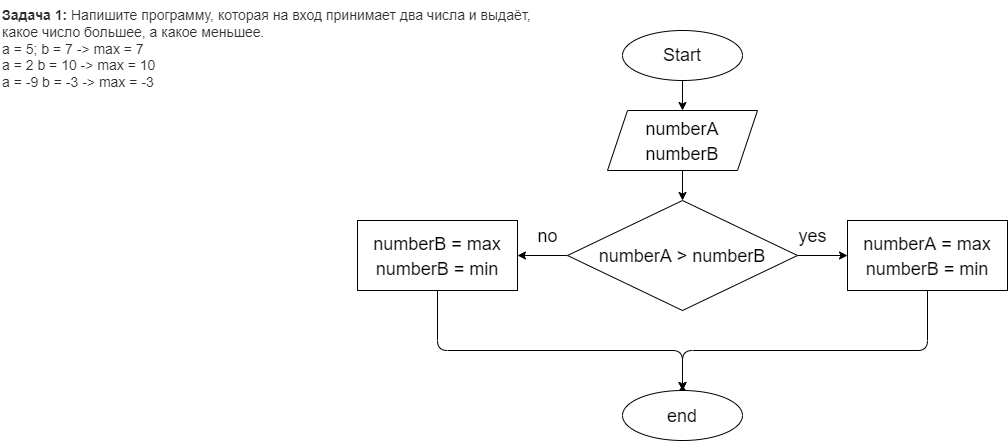
Before: Task_1/diagrams.drawio.png, a diagram exported from draw.io (LiudmilaKozenkova/CSharp_Homework_Seminar1). Source tidied: cells renumbered, new cells last; positions are measured from the earlier drawing's top-left corner, leaving out a move shared by most shapes.
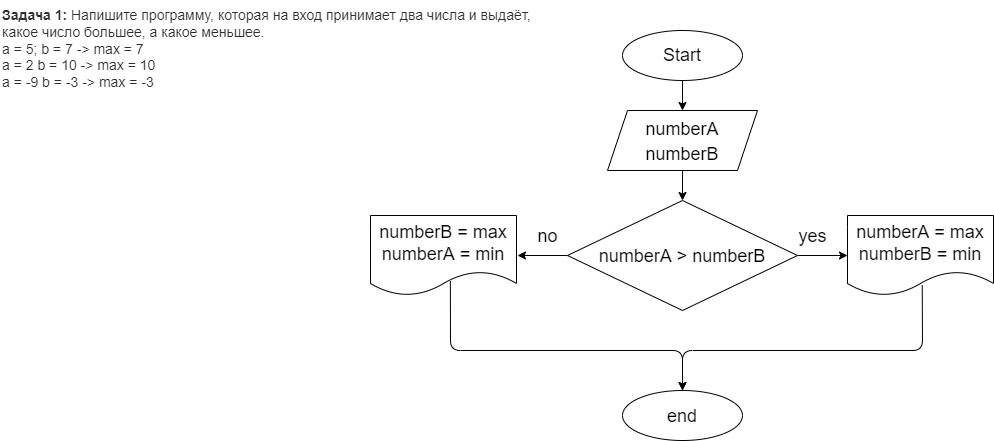
After the change.

Change to the diagram source:
```diff
@@ -14,44 +14,39 @@
     <mxCell id="5" value="&lt;font style=&quot;font-size: 18px&quot;&gt;numberA&lt;br&gt;numberB&lt;/font&gt;" style="shape=parallelogram;perimeter=parallelogramPerimeter;whiteSpace=wrap;html=1;fixedSize=1;fontSize=20;" parent="1" vertex="1">
       <mxGeometry x="607" y="110" width="150" height="60" as="geometry" />
     </mxCell>
-    <mxCell id="6" style="edgeStyle=none;html=1;fontSize=20;" parent="1" edge="1" source="8" target="9">
-      <mxGeometry relative="1" as="geometry" />
+    <mxCell id="6" style="edgeStyle=none;html=1;fontSize=20;" parent="1" edge="1" source="8">
+      <mxGeometry relative="1" as="geometry">
+        <mxPoint x="847" y="255" as="targetPoint" />
+      </mxGeometry>
     </mxCell>
-    <mxCell id="7" style="edgeStyle=none;html=1;fontSize=20;" parent="1" edge="1" source="8" target="11">
-      <mxGeometry relative="1" as="geometry" />
+    <mxCell id="7" style="edgeStyle=none;html=1;fontSize=20;" parent="1" edge="1" source="8">
+      <mxGeometry relative="1" as="geometry">
+        <mxPoint x="517" y="255" as="targetPoint" />
+      </mxGeometry>
     </mxCell>
     <mxCell id="8" value="&lt;font style=&quot;font-size: 18px&quot;&gt;numberA &amp;gt; numberB&lt;/font&gt;" style="rhombus;whiteSpace=wrap;html=1;fontSize=20;" parent="1" vertex="1">
       <mxGeometry x="567" y="200" width="230" height="110" as="geometry" />
     </mxCell>
-    <mxCell id="9" value="&lt;font style=&quot;font-size: 18px&quot;&gt;numberA = max&lt;br&gt;numberB = min&lt;/font&gt;" style="whiteSpace=wrap;html=1;fontSize=20;" parent="1" vertex="1">
-      <mxGeometry x="847" y="220" width="160" height="70" as="geometry" />
-    </mxCell>
-    <mxCell id="10" style="edgeStyle=none;html=1;fontSize=18;" parent="1" edge="1" source="11">
+    <mxCell id="10" style="edgeStyle=none;html=1;fontSize=18;exitX=0.547;exitY=0.82;exitDx=0;exitDy=0;exitPerimeter=0;" parent="1" edge="1" source="18">
       <mxGeometry relative="1" as="geometry">
         <mxPoint x="682" y="390" as="targetPoint" />
         <Array as="points">
-          <mxPoint x="437" y="350" />
+          <mxPoint x="450" y="350" />
           <mxPoint x="682" y="350" />
         </Array>
       </mxGeometry>
     </mxCell>
-    <mxCell id="11" value="&lt;font style=&quot;font-size: 18px&quot;&gt;numberB = max&lt;br&gt;numberB = min&lt;/font&gt;" style="whiteSpace=wrap;html=1;fontSize=20;" parent="1" vertex="1">
-      <mxGeometry x="357" y="220" width="160" height="70" as="geometry" />
-    </mxCell>
     <mxCell id="12" value="&lt;font style=&quot;font-size: 18px&quot;&gt;yes&lt;/font&gt;" style="text;html=1;align=center;verticalAlign=middle;strokeColor=none;fillColor=none;fontSize=20;" parent="1" vertex="1">
       <mxGeometry x="792" y="220" width="40" height="30" as="geometry" />
     </mxCell>
     <mxCell id="13" value="&lt;font style=&quot;font-size: 18px&quot;&gt;no&lt;/font&gt;" style="text;html=1;align=center;verticalAlign=middle;strokeColor=none;fillColor=none;fontSize=20;" parent="1" vertex="1">
       <mxGeometry x="527" y="220" width="40" height="30" as="geometry" />
     </mxCell>
-    <mxCell id="14" style="shape=waypoint;sketch=0;size=6;fillColor=default;perimeter=centerPerimeter;fontSize=20;" parent="1" vertex="1">
-      <mxGeometry x="662" y="370" width="40" height="40" as="geometry" />
-    </mxCell>
-    <mxCell id="15" style="endArrow=classic;html=1;fontSize=18;exitX=0.5;exitY=1;exitDx=0;exitDy=0;entryX=0.46;entryY=0.465;entryDx=0;entryDy=0;entryPerimeter=0;" parent="1" edge="1" source="9">
+    <mxCell id="15" style="endArrow=classic;html=1;fontSize=18;exitX=0.512;exitY=0.87;exitDx=0;exitDy=0;entryX=0.46;entryY=0.465;entryDx=0;entryDy=0;entryPerimeter=0;exitPerimeter=0;" parent="1" edge="1" source="9">
       <mxGeometry relative="1" as="geometry">
         <mxPoint x="682" y="390" as="targetPoint" />
         <Array as="points">
-          <mxPoint x="927" y="350" />
+          <mxPoint x="922" y="350" />
           <mxPoint x="682" y="350" />
         </Array>
       </mxGeometry>
@@ -62,5 +57,11 @@
     <mxCell id="17" value="&lt;p style=&quot;box-sizing: border-box; margin: 0px; font-weight: 400; color: rgb(44, 45, 48); font-family: roboto, &amp;quot;san francisco&amp;quot;, &amp;quot;helvetica neue&amp;quot;, helvetica, arial; font-size: 14px; font-style: normal; letter-spacing: normal; text-indent: 0px; text-transform: none; word-spacing: 0px; background-color: rgb(255, 255, 255);&quot;&gt;&lt;strong style=&quot;box-sizing: border-box ; font-weight: 700&quot;&gt;Задача 1:&lt;/strong&gt;&lt;span&gt;&amp;nbsp;&lt;/span&gt;Напишите программу, которая на вход принимает два числа и выдаёт, какое число большее, а какое меньшее.&lt;/p&gt;&lt;p style=&quot;box-sizing: border-box; margin: 0px; font-weight: 400; color: rgb(44, 45, 48); font-family: roboto, &amp;quot;san francisco&amp;quot;, &amp;quot;helvetica neue&amp;quot;, helvetica, arial; font-size: 14px; font-style: normal; letter-spacing: normal; text-indent: 0px; text-transform: none; word-spacing: 0px; background-color: rgb(255, 255, 255);&quot;&gt;a = 5; b = 7 -&amp;gt; max = 7&lt;br style=&quot;box-sizing: border-box&quot;&gt;a = 2 b = 10 -&amp;gt; max = 10&lt;br style=&quot;box-sizing: border-box&quot;&gt;a = -9 b = -3 -&amp;gt; max = -3&lt;/p&gt;" style="text;whiteSpace=wrap;html=1;fontSize=18;" parent="1" vertex="1">
       <mxGeometry width="540" height="124" as="geometry" />
     </mxCell>
+    <mxCell id="18" value="&lt;font style=&quot;font-size: 18px&quot;&gt;numberB = max&lt;br&gt;numberA = min&lt;/font&gt;" style="shape=document;whiteSpace=wrap;html=1;boundedLbl=1;" parent="1" vertex="1">
+      <mxGeometry x="370" y="215" width="146" height="80" as="geometry" />
+    </mxCell>
+    <mxCell id="9" value="&lt;font style=&quot;font-size: 18px&quot;&gt;numberA = max&lt;br&gt;numberB = min&lt;/font&gt;" style="shape=document;whiteSpace=wrap;html=1;boundedLbl=1;" parent="1" vertex="1">
+      <mxGeometry x="847" y="215" width="146" height="80" as="geometry" />
+    </mxCell>
   </root>
 </mxGraphModel>
```
